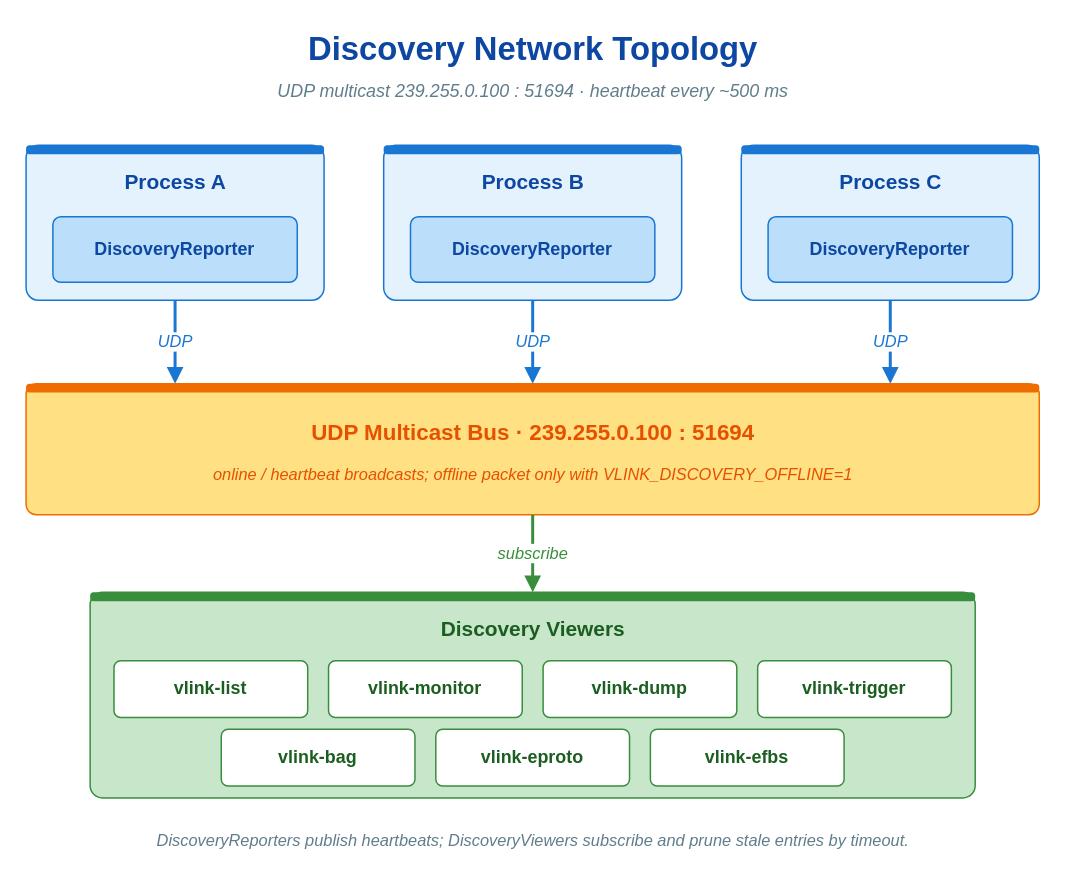
This is doc/images/discovery-network.drawio from thun-res/vlink, a draw.io file, before an edit. Source tidied: cells renumbered, new cells numbered last; positions are measured from the earlier drawing's top-left corner, leaving out a move shared by most shapes. Both pictures are drawn from the tidied source at 149%, with x=0, y=0 at pixel (25, 25).
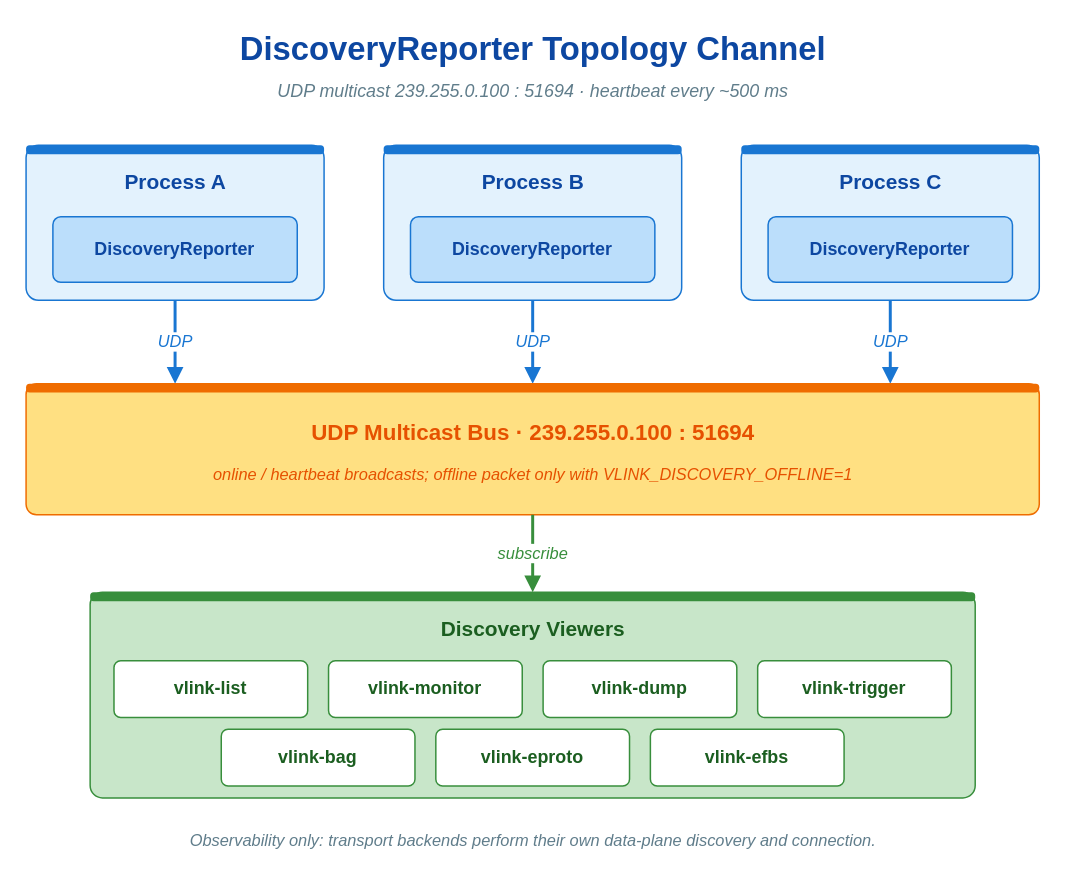
The same page after the edit.

The edit, as a diff of the source:
```diff
@@
-    <mxCell id="2" value="Discovery Network Topology" style="text;html=1;align=center;verticalAlign=middle;strokeColor=none;fillColor=none;fontFamily=Helvetica;fontSize=22;fontStyle=1;fontColor=#0d47a1;" parent="1" vertex="1">
+    <mxCell id="2" value="DiscoveryReporter Topology Channel" style="text;html=1;align=center;verticalAlign=middle;strokeColor=none;fillColor=none;fontFamily=Helvetica;fontSize=22;fontStyle=1;fontColor=#0d47a1;" parent="1" vertex="1">
       <mxGeometry width="680" height="32" as="geometry" />
     </mxCell>
@@
-    <mxCell id="34" value="DiscoveryReporters publish heartbeats; DiscoveryViewers subscribe and prune stale entries by timeout." style="text;html=1;align=center;verticalAlign=middle;strokeColor=none;fillColor=none;fontFamily=Helvetica;fontSize=11;fontStyle=2;fontColor=#607d8b;" parent="1" vertex="1">
+    <mxCell id="34" value="Observability only: transport backends perform their own data-plane discovery and connection." style="text;html=1;align=center;verticalAlign=middle;strokeColor=none;fillColor=none;fontFamily=Helvetica;fontSize=11;fontStyle=2;fontColor=#607d8b;" parent="1" vertex="1">
       <mxGeometry y="536" width="680" height="22" as="geometry" />
     </mxCell>
```
